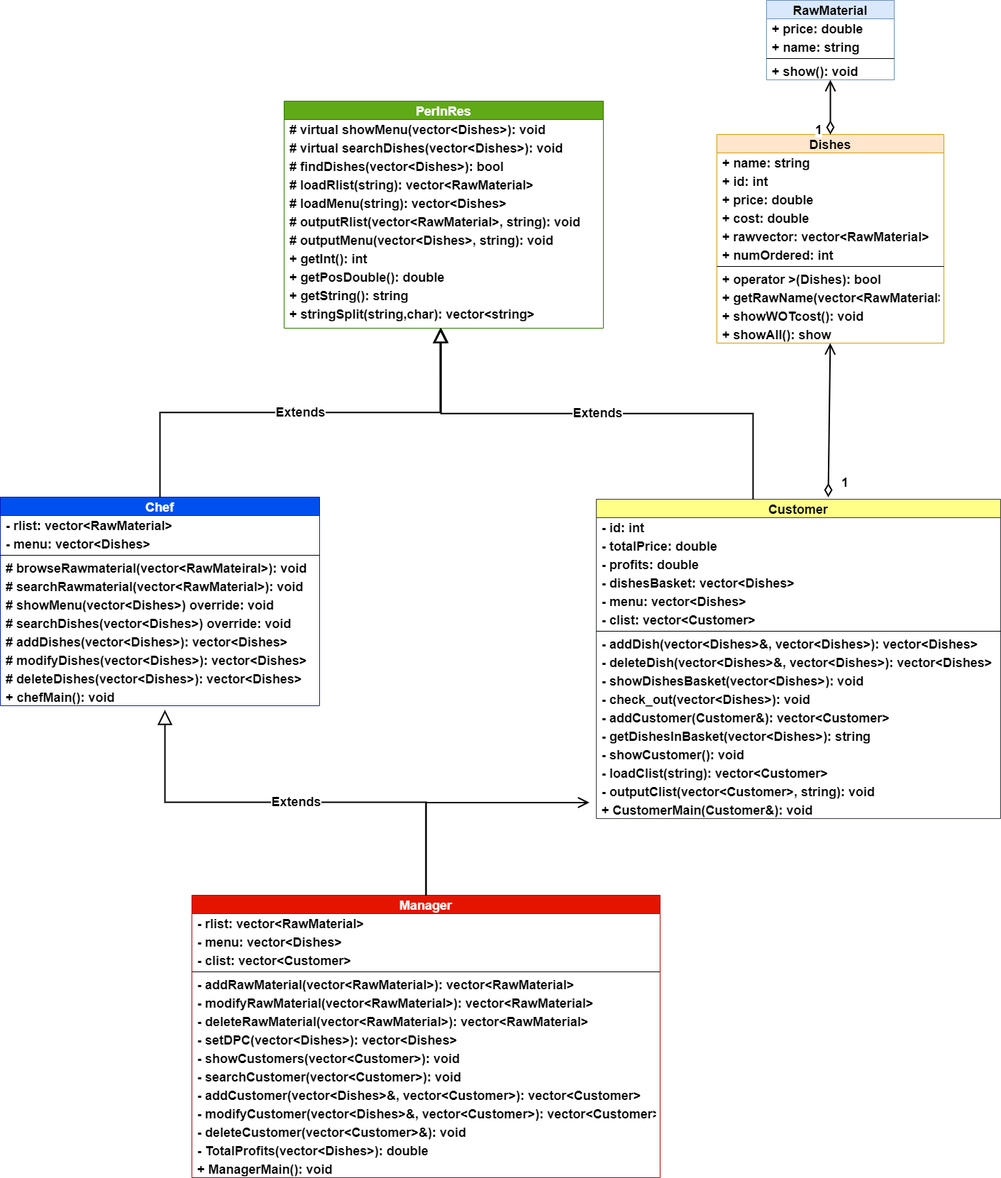
The draw.io diagram UML.png in 1102131860/CPT106, before a commit. Source tidied: cells renumbered, new cells last; positions are measured from the earlier drawing's top-left corner, leaving out a move shared by most shapes.
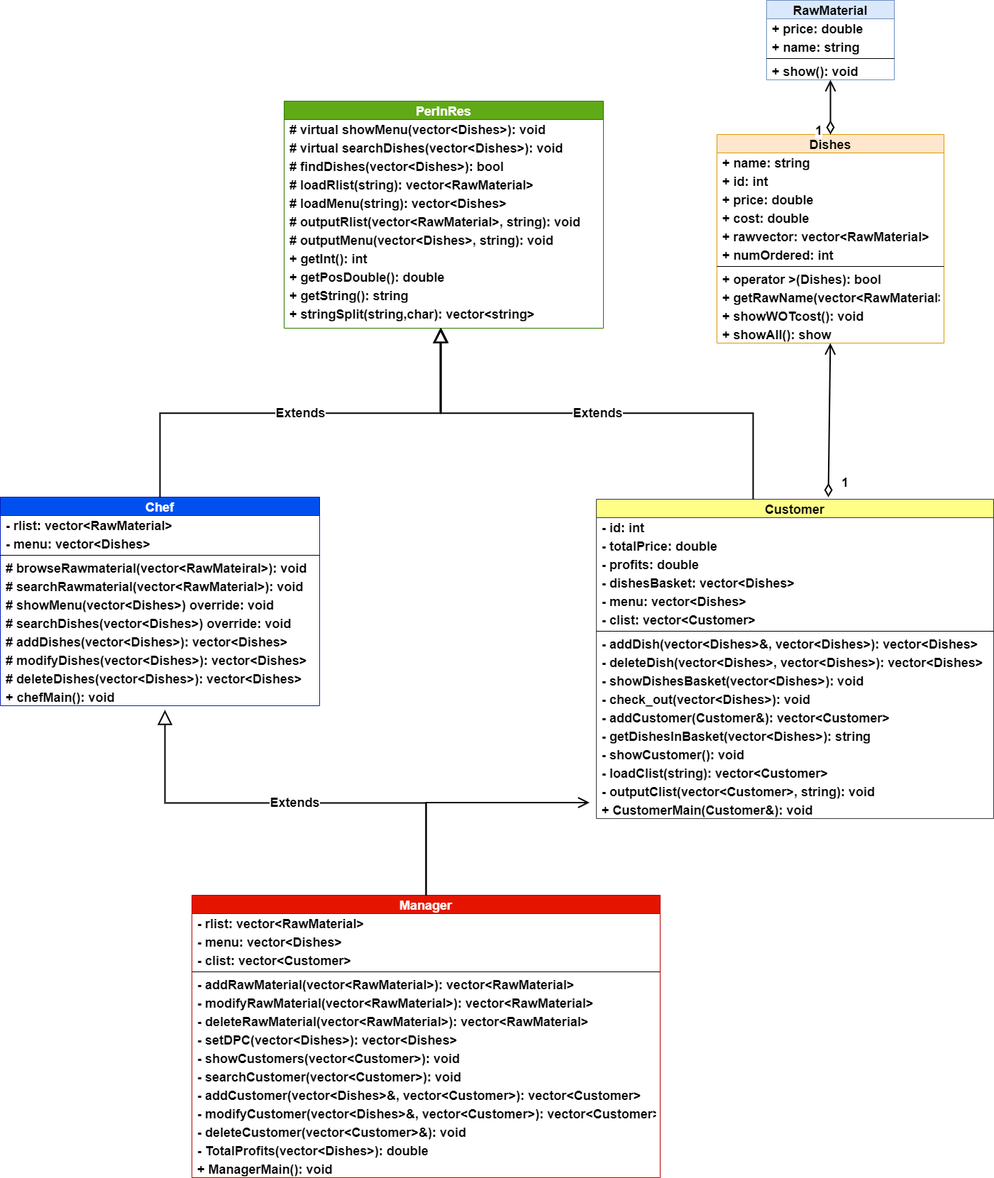
Above is the later version.

Change to the diagram source:
```diff
@@ -75,58 +75,58 @@
       <mxGeometry y="268" width="450" height="26" as="geometry" />
     </mxCell>
     <mxCell id="26" value="Customer" style="swimlane;fontStyle=1;align=center;verticalAlign=middle;horizontal=1;startSize=26;rounded=0;shadow=0;strokeWidth=1;fontSize=18;fillColor=#ffff88;strokeColor=#36393d;spacing=4;" parent="1" vertex="1">
-      <mxGeometry x="840" y="703" width="570" height="450" as="geometry" />
+      <mxGeometry x="840" y="703" width="560" height="450" as="geometry" />
     </mxCell>
     <mxCell id="27" value="- id: int " style="text;align=left;verticalAlign=middle;spacingLeft=4;spacingRight=4;overflow=hidden;fontSize=18;fontStyle=1;spacing=4;" parent="26" vertex="1">
-      <mxGeometry y="26" width="570" height="26" as="geometry" />
+      <mxGeometry y="26" width="560" height="26" as="geometry" />
     </mxCell>
     <mxCell id="28" value="- totalPrice: double" style="text;align=left;verticalAlign=middle;spacingLeft=4;spacingRight=4;overflow=hidden;rounded=0;shadow=0;html=0;fontSize=18;fontStyle=1;spacing=4;" parent="26" vertex="1">
-      <mxGeometry y="52" width="570" height="26" as="geometry" />
+      <mxGeometry y="52" width="560" height="26" as="geometry" />
     </mxCell>
     <mxCell id="29" value="- profits: double" style="text;align=left;verticalAlign=middle;spacingLeft=4;spacingRight=4;overflow=hidden;rounded=0;shadow=0;html=0;fontSize=18;fontStyle=1;spacing=4;" parent="26" vertex="1">
-      <mxGeometry y="78" width="570" height="26" as="geometry" />
+      <mxGeometry y="78" width="560" height="26" as="geometry" />
     </mxCell>
     <mxCell id="30" value="- dishesBasket: vector&lt;Dishes&gt;" style="text;align=left;verticalAlign=middle;spacingLeft=4;spacingRight=4;overflow=hidden;rounded=0;shadow=0;html=0;fontSize=18;fontStyle=1;spacing=4;" parent="26" vertex="1">
-      <mxGeometry y="104" width="570" height="26" as="geometry" />
+      <mxGeometry y="104" width="560" height="26" as="geometry" />
     </mxCell>
     <mxCell id="31" value="- menu: vector&lt;Dishes&gt;" style="text;align=left;verticalAlign=middle;spacingLeft=4;spacingRight=4;overflow=hidden;rounded=0;shadow=0;html=0;fontSize=18;fontStyle=1;spacing=4;" parent="26" vertex="1">
-      <mxGeometry y="130" width="570" height="26" as="geometry" />
+      <mxGeometry y="130" width="560" height="26" as="geometry" />
     </mxCell>
     <mxCell id="32" value="- clist: vector&lt;Customer&gt;" style="text;strokeColor=none;fillColor=none;align=left;verticalAlign=middle;spacingLeft=4;spacingRight=4;overflow=hidden;rounded=0;glass=0;sketch=0;fontSize=18;fontStyle=1;spacing=4;" parent="26" vertex="1">
-      <mxGeometry y="156" width="570" height="26" as="geometry" />
+      <mxGeometry y="156" width="560" height="26" as="geometry" />
     </mxCell>
     <mxCell id="33" style="line;html=1;strokeWidth=1;align=left;verticalAlign=middle;spacingTop=-1;spacingLeft=3;spacingRight=3;labelPosition=right;fontSize=18;fontStyle=1;spacing=4;" parent="26" vertex="1">
-      <mxGeometry y="182" width="570" height="8" as="geometry" />
+      <mxGeometry y="182" width="560" height="8" as="geometry" />
     </mxCell>
     <mxCell id="34" value="- addDish(vector&lt;Dishes&gt;&amp;, vector&lt;Dishes&gt;): vector&lt;Dishes&gt;" style="text;align=left;verticalAlign=middle;spacingLeft=4;spacingRight=4;overflow=hidden;fontSize=18;fontStyle=1;spacing=4;" parent="26" vertex="1">
-      <mxGeometry y="190" width="570" height="26" as="geometry" />
+      <mxGeometry y="190" width="560" height="26" as="geometry" />
     </mxCell>
-    <mxCell id="35" value="- deleteDish(vector&lt;Dishes&gt;&amp;, vector&lt;Dishes&gt;): vector&lt;Dishes&gt;" style="text;strokeColor=none;fillColor=none;align=left;verticalAlign=middle;spacingLeft=4;spacingRight=4;overflow=hidden;rounded=0;glass=0;sketch=0;fontSize=18;fontStyle=1;spacing=4;" parent="26" vertex="1">
-      <mxGeometry y="216" width="570" height="26" as="geometry" />
+    <mxCell id="35" value="- deleteDish(vector&lt;Dishes&gt;, vector&lt;Dishes&gt;): vector&lt;Dishes&gt;" style="text;strokeColor=none;fillColor=none;align=left;verticalAlign=middle;spacingLeft=4;spacingRight=4;overflow=hidden;rounded=0;glass=0;sketch=0;fontSize=18;fontStyle=1;spacing=4;" parent="26" vertex="1">
+      <mxGeometry y="216" width="560" height="26" as="geometry" />
     </mxCell>
     <mxCell id="36" value="- showDishesBasket(vector&lt;Dishes&gt;): void" style="text;strokeColor=none;fillColor=none;align=left;verticalAlign=middle;spacingLeft=4;spacingRight=4;overflow=hidden;rounded=0;glass=0;sketch=0;fontSize=18;fontStyle=1;spacing=4;" parent="26" vertex="1">
-      <mxGeometry y="242" width="570" height="26" as="geometry" />
+      <mxGeometry y="242" width="560" height="26" as="geometry" />
     </mxCell>
     <mxCell id="37" value="- check_out(vector&lt;Dishes&gt;): void" style="text;strokeColor=none;fillColor=none;align=left;verticalAlign=middle;spacingLeft=4;spacingRight=4;overflow=hidden;rounded=0;glass=0;sketch=0;fontSize=18;fontStyle=1;spacing=4;" parent="26" vertex="1">
-      <mxGeometry y="268" width="570" height="26" as="geometry" />
+      <mxGeometry y="268" width="560" height="26" as="geometry" />
     </mxCell>
     <mxCell id="38" value="- addCustomer(Customer&amp;): vector&lt;Customer&gt;" style="text;strokeColor=none;fillColor=none;align=left;verticalAlign=middle;spacingLeft=4;spacingRight=4;overflow=hidden;rounded=0;glass=0;sketch=0;fontSize=18;fontStyle=1;spacing=4;" parent="26" vertex="1">
-      <mxGeometry y="294" width="570" height="26" as="geometry" />
+      <mxGeometry y="294" width="560" height="26" as="geometry" />
     </mxCell>
     <mxCell id="39" value="- getDishesInBasket(vector&lt;Dishes&gt;): string" style="text;strokeColor=none;fillColor=none;align=left;verticalAlign=middle;spacingLeft=4;spacingRight=4;overflow=hidden;rounded=0;glass=0;sketch=0;fontSize=18;fontStyle=1;spacing=4;" parent="26" vertex="1">
-      <mxGeometry y="320" width="570" height="26" as="geometry" />
+      <mxGeometry y="320" width="560" height="26" as="geometry" />
     </mxCell>
     <mxCell id="40" value="- showCustomer(): void" style="text;strokeColor=none;fillColor=none;align=left;verticalAlign=middle;spacingLeft=4;spacingRight=4;overflow=hidden;rounded=0;glass=0;sketch=0;fontSize=18;fontStyle=1;spacing=4;" parent="26" vertex="1">
-      <mxGeometry y="346" width="570" height="26" as="geometry" />
+      <mxGeometry y="346" width="560" height="26" as="geometry" />
     </mxCell>
     <mxCell id="41" value="- loadClist(string): vector&lt;Customer&gt;" style="text;strokeColor=none;fillColor=none;align=left;verticalAlign=middle;spacingLeft=4;spacingRight=4;overflow=hidden;rounded=0;glass=0;sketch=0;fontSize=18;fontStyle=1;spacing=4;" parent="26" vertex="1">
-      <mxGeometry y="372" width="570" height="26" as="geometry" />
+      <mxGeometry y="372" width="560" height="26" as="geometry" />
     </mxCell>
     <mxCell id="42" value="- outputClist(vector&lt;Customer&gt;, string): void" style="text;align=left;verticalAlign=middle;spacingLeft=4;spacingRight=4;overflow=hidden;points=[[0,0.5],[1,0.5]];portConstraint=eastwest;fontSize=18;fontStyle=1;spacing=4;" parent="26" vertex="1">
-      <mxGeometry y="398" width="570" height="26" as="geometry" />
+      <mxGeometry y="398" width="560" height="26" as="geometry" />
     </mxCell>
     <mxCell id="43" value="+ CustomerMain(Customer&amp;): void" style="text;strokeColor=none;fillColor=none;align=left;verticalAlign=middle;spacingLeft=4;spacingRight=4;overflow=hidden;rounded=0;glass=0;sketch=0;fontSize=18;fontStyle=1;spacing=4;" parent="26" vertex="1">
-      <mxGeometry y="424" width="570" height="26" as="geometry" />
+      <mxGeometry y="424" width="560" height="26" as="geometry" />
     </mxCell>
     <mxCell id="44" value="Manager" style="swimlane;fontStyle=1;horizontal=1;startSize=26;fontSize=18;fillColor=#e51400;fontColor=#ffffff;strokeColor=#B20000;verticalAlign=middle;spacing=4;" parent="1" vertex="1">
       <mxGeometry x="270" y="1261" width="660" height="398" as="geometry" />
```
